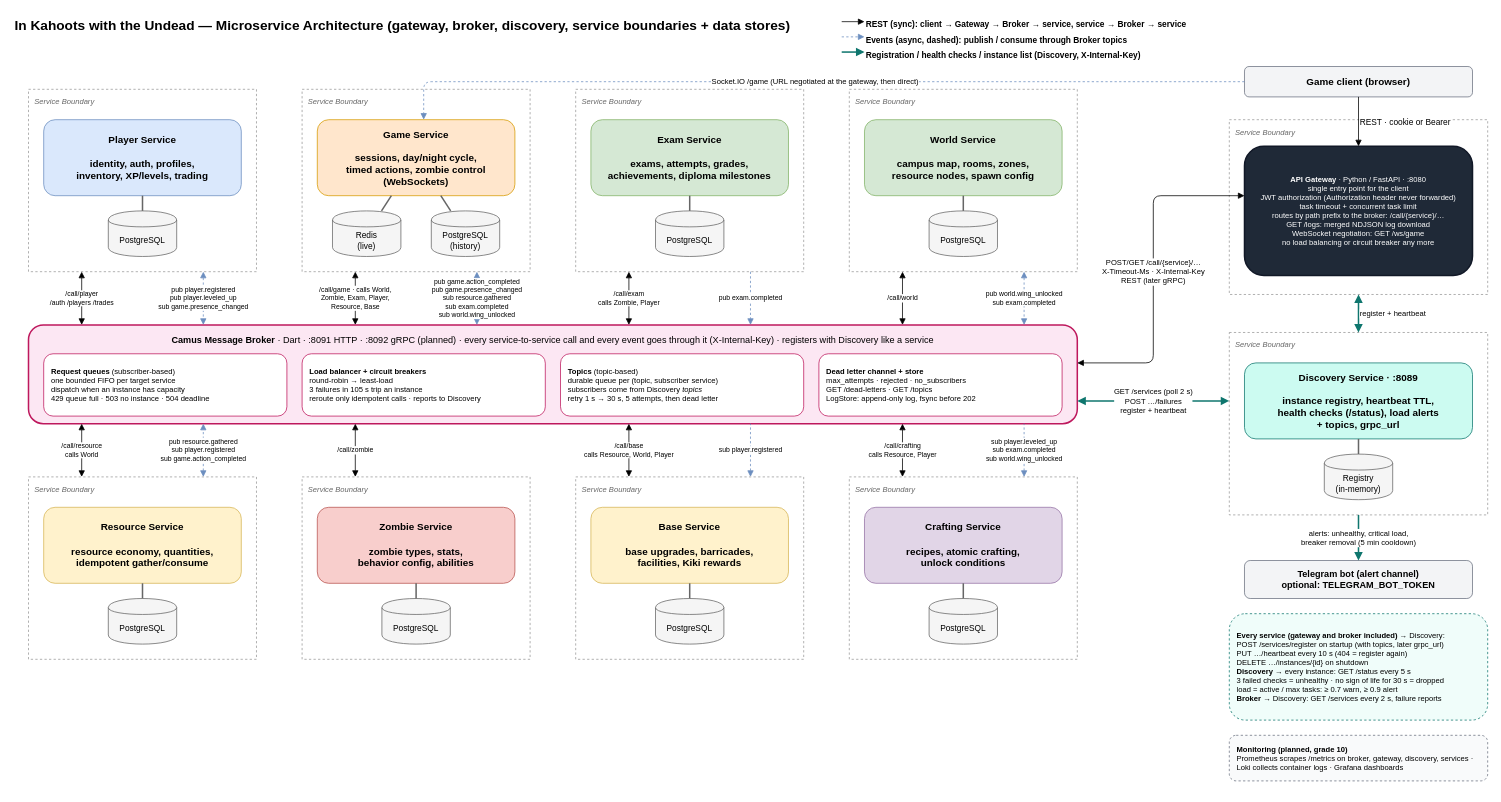
M1XaM/in-kahoots-with-the-undead keeps this draw.io diagram as docs/architecture.drawio. Above is the earlier version. Source tidied: cells renumbered, new cells numbered last; positions are measured from the earlier drawing's top-left corner, leaving out a move shared by most shapes. Both pictures are drawn from the tidied source at 76%, with x=0, y=0 at pixel (13, 13).
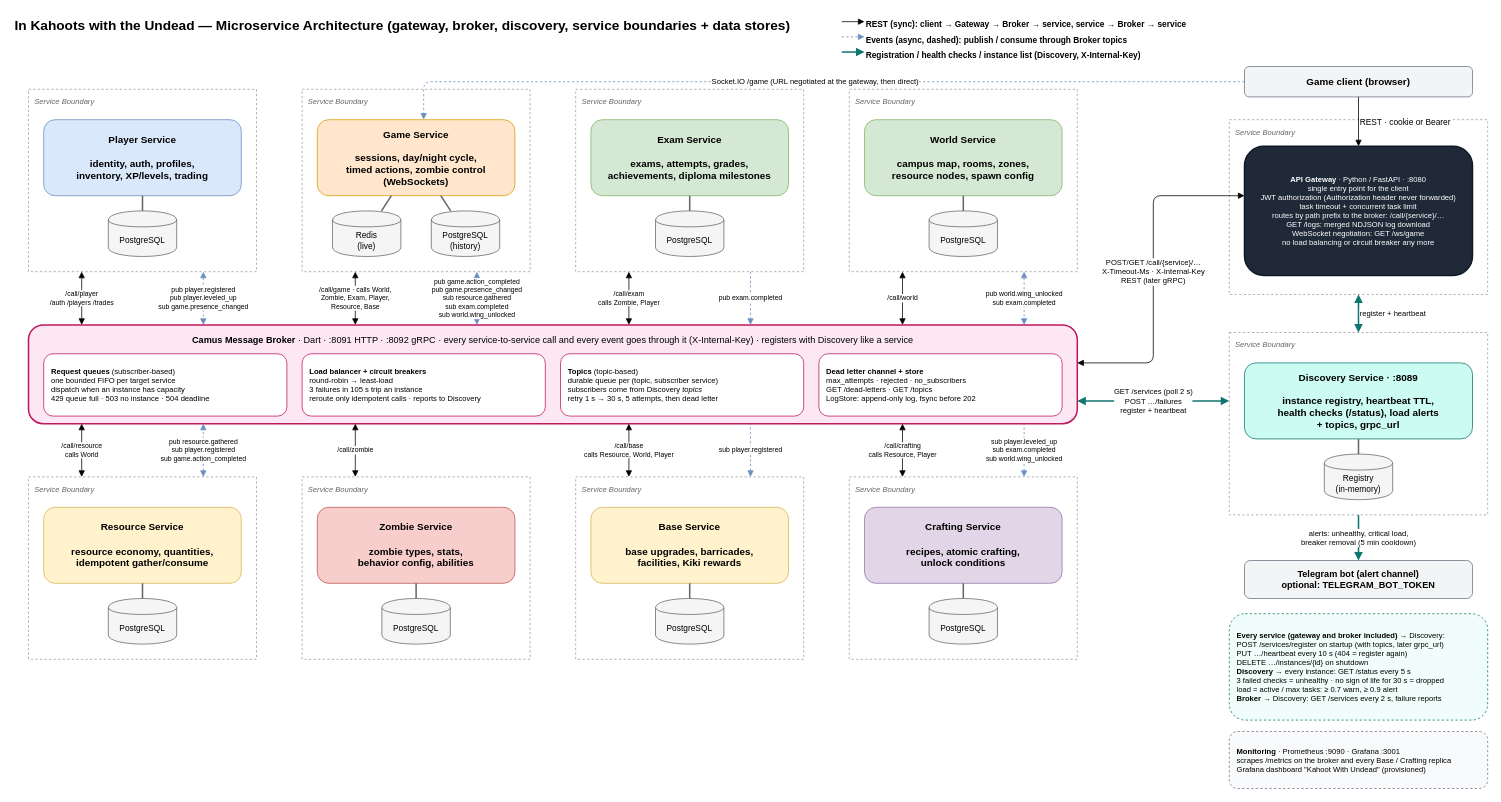
The same page after the edit.

Commit message (it also covers changes not shown here):
docs(architecture): show the monitoring stack and broker grpc

The edit, as a diff of the source:
```diff
@@
-    <mxCell id="43" value="&lt;b&gt;Camus Message Broker&lt;/b&gt; · Dart · :8091 HTTP · :8092 gRPC (planned) · every service-to-service call and every event goes through it (X-Internal-Key) · registers with Discovery like a service" style="rounded=1;whiteSpace=wrap;html=1;fillColor=#fce7f3;strokeColor=#be185d;strokeWidth=2;fontSize=12;verticalAlign=top;spacingTop=6;" parent="1" vertex="1">
+    <mxCell id="43" value="&lt;b&gt;Camus Message Broker&lt;/b&gt; · Dart · :8091 HTTP · :8092 gRPC · every service-to-service call and every event goes through it (X-Internal-Key) · registers with Discovery like a service" style="rounded=1;whiteSpace=wrap;html=1;fillColor=#fce7f3;strokeColor=#be185d;strokeWidth=2;fontSize=12;verticalAlign=top;spacingTop=6;" parent="1" vertex="1">
       <mxGeometry x="20" y="410" width="1380" height="130" as="geometry" />
     </mxCell>
@@
-    <mxCell id="57" value="&lt;b&gt;Monitoring (planned, grade 10)&lt;/b&gt;&lt;br&gt;Prometheus scrapes /metrics on broker, gateway, discovery, services · Loki collects container logs · Grafana dashboards" style="rounded=1;whiteSpace=wrap;html=1;align=left;spacingLeft=8;fontSize=10;fillColor=#f9fafb;strokeColor=#6b7280;dashed=1;verticalAlign=middle;" parent="1" vertex="1">
-      <mxGeometry x="1600" y="950" width="340" height="60" as="geometry" />
+    <mxCell id="57" value="&lt;b&gt;Monitoring&lt;/b&gt; · Prometheus :9090 · Grafana :3001&lt;br&gt;scrapes /metrics on the broker and every Base / Crafting replica&lt;br&gt;Grafana dashboard &quot;Kahoot With Undead&quot; (provisioned)" style="rounded=1;whiteSpace=wrap;html=1;align=left;spacingLeft=8;fontSize=10;fillColor=#f9fafb;strokeColor=#6b7280;dashed=1;verticalAlign=middle;" parent="1" vertex="1">
+      <mxGeometry x="1600" y="945" width="340" height="75" as="geometry" />
     </mxCell>
```
